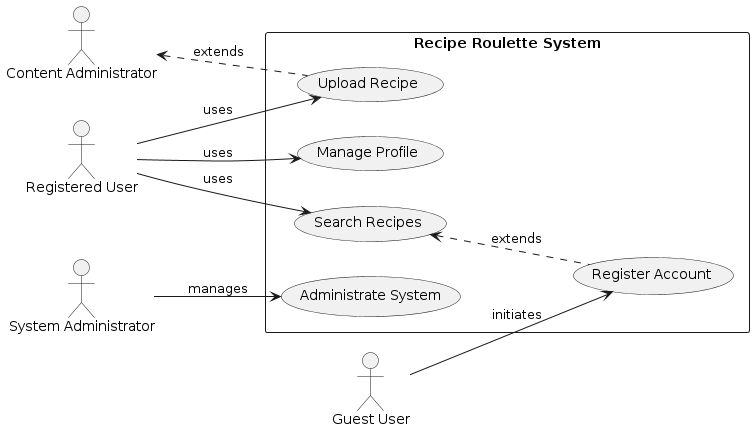
Before: DIAGRAMS/usecasediagram.png, a diagram exported from PlantUML (carmensat/RECIPE-ROULETTE).
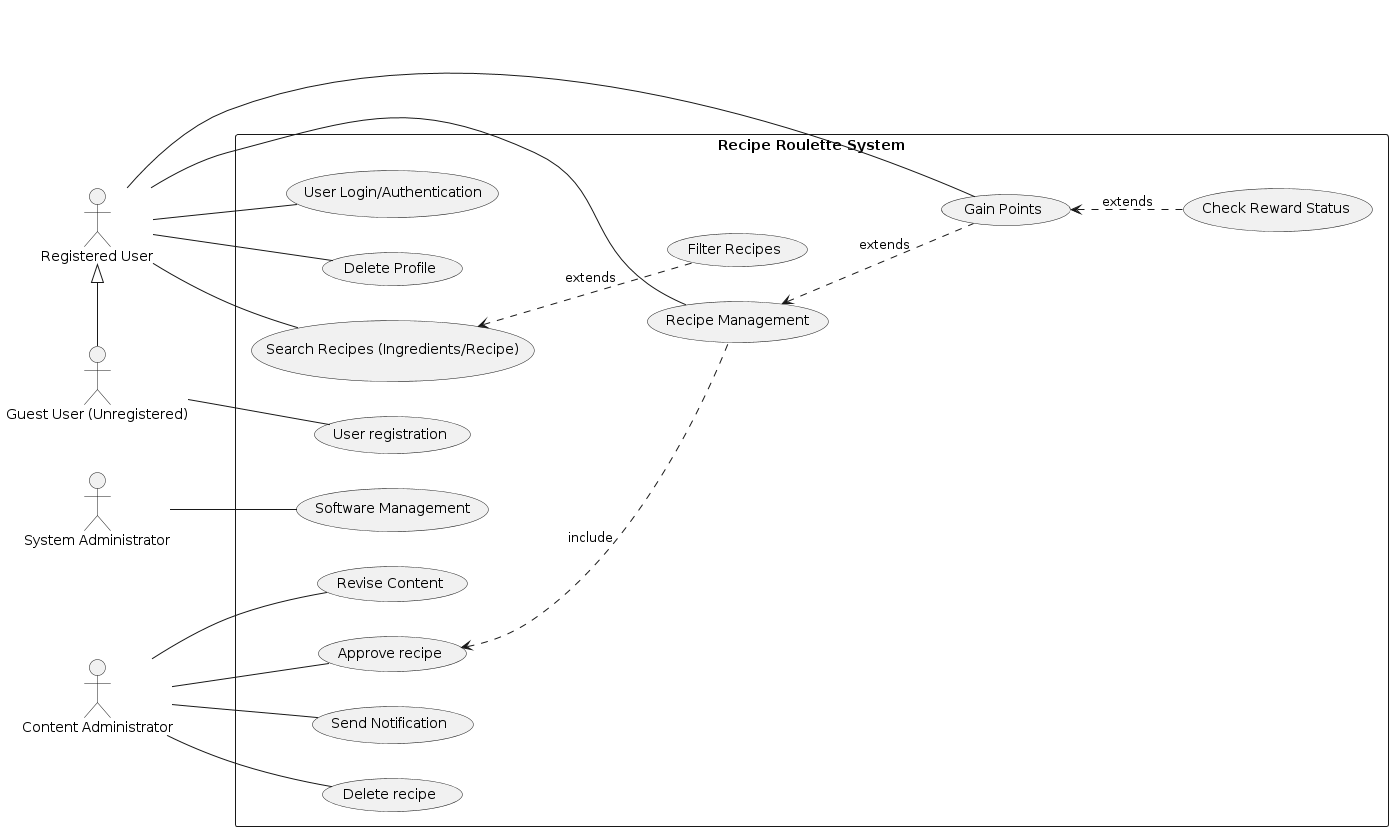
The same file after the commit.

The edit, as a diff of the source:
```diff
@@ -1,25 +1,48 @@
 @startuml
 left to right direction
 skinparam packageStyle rectangle
-actor "Guest User" as Guest
+
+actor "Guest User (Unregistered)" as Guest
 actor "Registered User" as Registered
 actor "System Administrator" as Admin
 actor "Content Administrator" as Cont
 
 rectangle "Recipe Roulette System" {
-	usecase "Register Account" as UC1
-	usecase "Search Recipes" as UC2
-	usecase "Upload Recipe" as UC3
-	usecase "Manage Profile" as UC4
-	usecase "Administrate System" as UC5
+	usecase "User registration" as UC1
+	usecase "User Login/Authentication" as UC2
+	usecase "Delete Profile" as UC3
+	usecase "Search Recipes (Ingredients/Recipe)" as UC4
+	usecase "Filter Recipes" as UC6
+        usecase "Recipe Management" as UC7
+	usecase "Gain Points" as UC8
+	usecase "Check Reward Status " as UC9
+	usecase "Software Management" as UC10
+	usecase "Approve recipe" as UC11
+	usecase "Send Notification " as UC12
+	usecase "Delete recipe" as UC13
+	usecase "Revise Content" as UC14
+
 }
 
-Guest --> UC1 : initiates
-Registered --> UC2 : uses
-Registered --> UC3 : uses
-Registered --> UC4 : uses
-Admin --> UC5 : manages
 
-UC1 .u.> UC2 : extends
-UC3 .u.> Cont : extends
+Guest -- UC1
+Registered <|- Guest
+
+Registered -- UC4
+Registered -- UC2
+Registered -- UC3
+Registered -- UC7
+Registered -- UC8
+
+Admin -- UC10
+
+Cont -- UC11
+Cont -- UC12
+Cont -- UC13
+Cont -- UC14
+
+UC6 .u.> UC4 : extends
+UC9 .u.> UC8 : extends
+UC7 .u.> UC11 : include
+UC8 .u.> UC7 : extends
 @enduml
```
